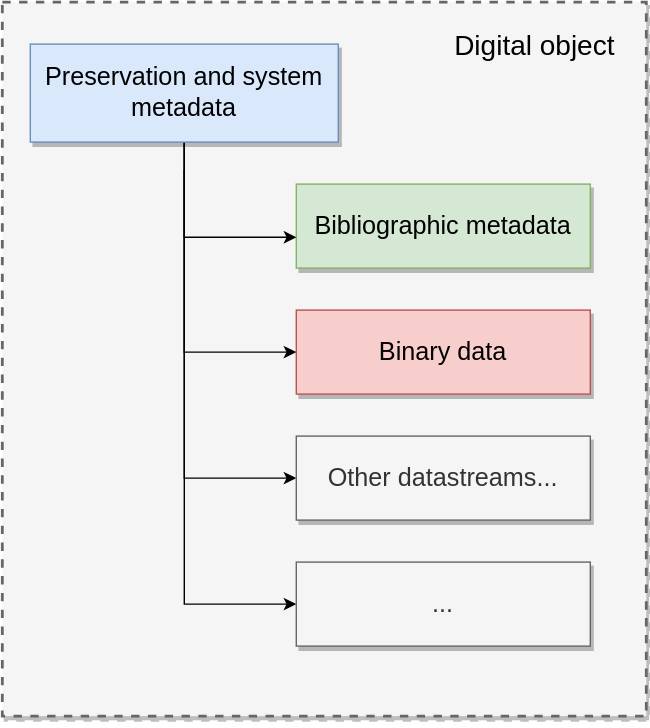
Earlier version of the draw.io export pictures/digital_object.svg (phaidra/phaidra). Source tidied: cells renumbered, new cells last; positions are measured from the earlier drawing's top-left corner, leaving out a move shared by most shapes.
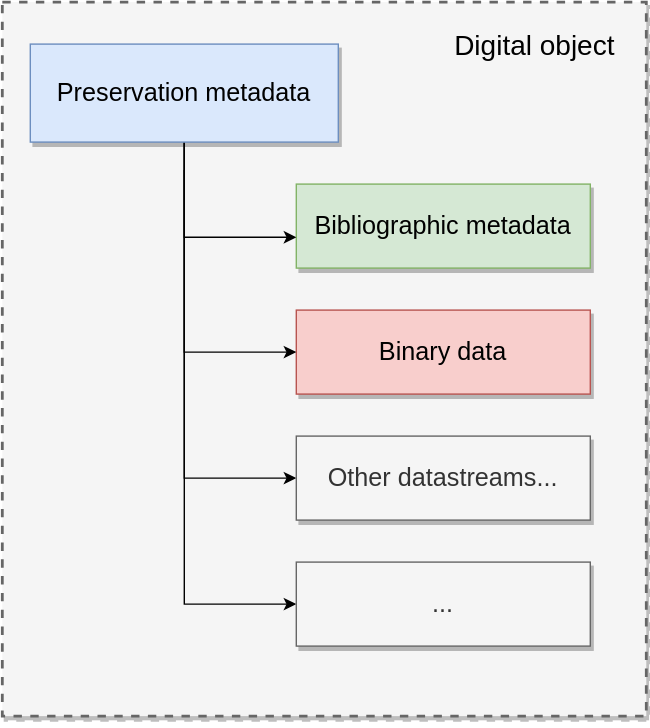
Above is the later version.

What changed in the source:
```diff
@@ -20,7 +20,7 @@
     <mxCell id="7" style="edgeStyle=orthogonalEdgeStyle;rounded=0;jettySize=auto;html=1;entryX=0;entryY=0.5;entryDx=0;entryDy=0;" parent="1" edge="1" source="8" target="12">
       <mxGeometry relative="1" as="geometry" />
     </mxCell>
-    <mxCell id="8" value="Preservation and system metadata" style="whiteSpace=wrap;html=1;shadow=1;fontSize=18;fillColor=#dae8fc;strokeColor=#6c8ebf;" parent="1" vertex="1">
+    <mxCell id="8" value="Preservation metadata" style="whiteSpace=wrap;html=1;shadow=1;fontSize=18;fillColor=#dae8fc;strokeColor=#6c8ebf;" parent="1" vertex="1">
       <mxGeometry x="20" y="30" width="220" height="70" as="geometry" />
     </mxCell>
     <mxCell id="9" value="Digital object" style="text;html=1;align=center;verticalAlign=middle;strokeColor=none;fillColor=none;fontSize=20;" parent="1" vertex="1">
```
